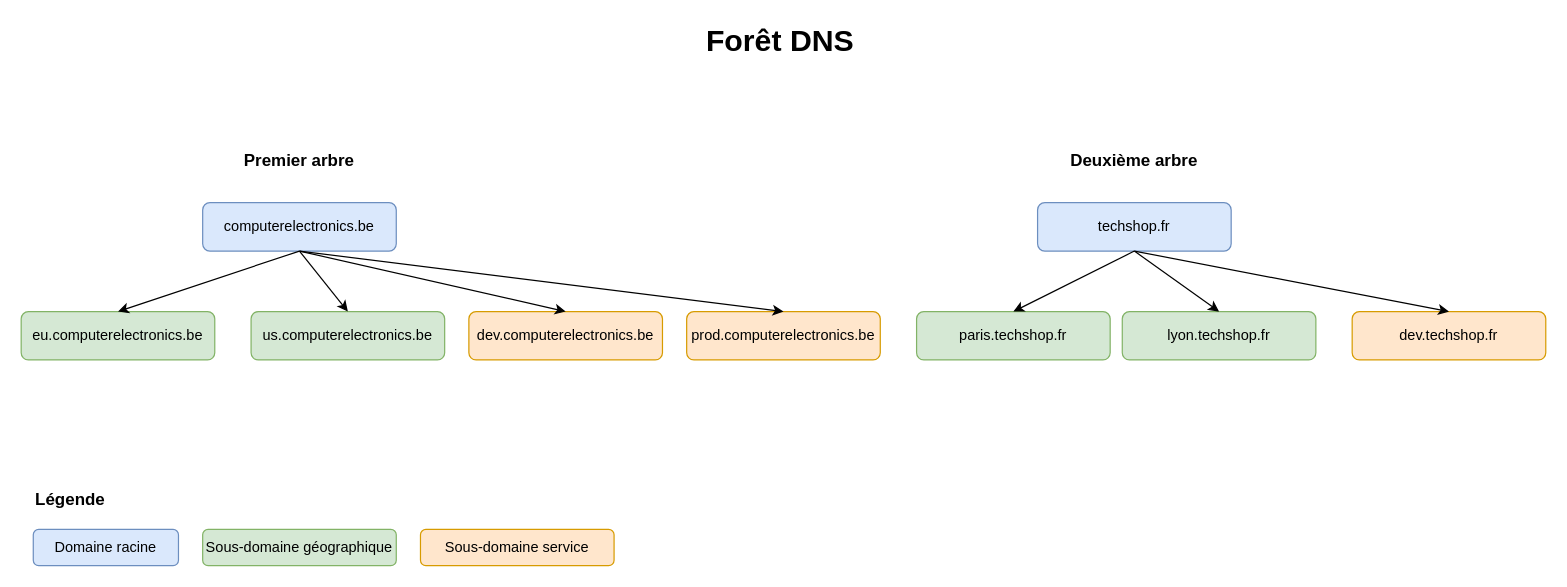
choquitofrito/ActiveDirectory keeps this draw.io diagram as diagrams/forest_structure.drawio. Above is the earlier version. Source tidied: cells renumbered, new cells numbered last; positions are measured from the earlier drawing's top-left corner, leaving out a move shared by most shapes. Both pictures are drawn from the tidied source at 121%, with x=0, y=0 at pixel (21, 21).
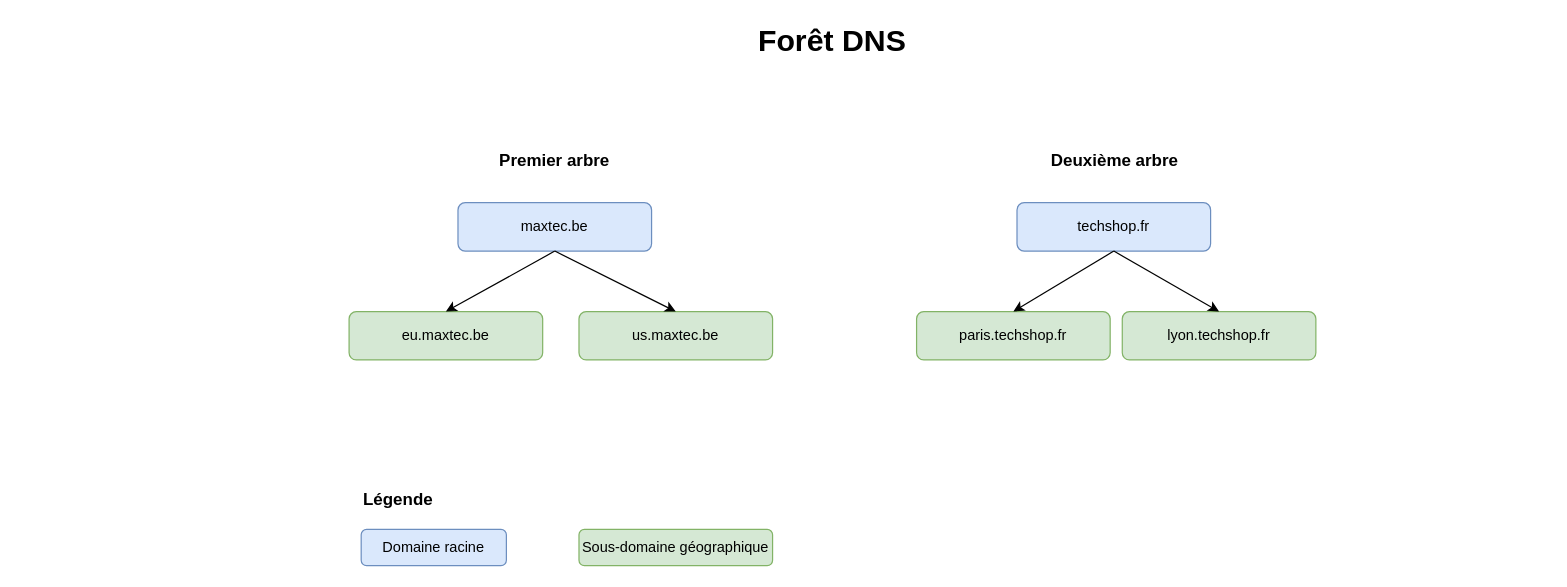
After the change.

The edit, as a diff of the source:
```diff
@@
     <mxCell id="2" value="Premier arbre" style="text;html=1;strokeColor=none;fillColor=none;align=center;verticalAlign=middle;whiteSpace=wrap;rounded=0;fontSize=14;fontStyle=1;" parent="1" vertex="1">
-      <mxGeometry x="170" y="100" width="120" height="30" as="geometry" />
+      <mxGeometry x="381" y="100" width="120" height="30" as="geometry" />
     </mxCell>
-    <mxCell id="3" value="computerelectronics.be" style="rounded=1;whiteSpace=wrap;html=1;fontSize=12;fillColor=#dae8fc;strokeColor=#6c8ebf;" parent="1" vertex="1">
-      <mxGeometry x="150" y="150" width="160" height="40" as="geometry" />
+    <mxCell id="3" value="maxtec.be" style="rounded=1;whiteSpace=wrap;html=1;fontSize=12;fillColor=#dae8fc;strokeColor=#6c8ebf;" parent="1" vertex="1">
+      <mxGeometry x="361" y="150" width="160" height="40" as="geometry" />
     </mxCell>
-    <mxCell id="4" value="eu.computerelectronics.be" style="rounded=1;whiteSpace=wrap;html=1;fontSize=12;fillColor=#d5e8d4;strokeColor=#82b366;" parent="1" vertex="1">
-      <mxGeometry y="240" width="160" height="40" as="geometry" />
+    <mxCell id="4" value="eu.maxtec.be" style="rounded=1;whiteSpace=wrap;html=1;fontSize=12;fillColor=#d5e8d4;strokeColor=#82b366;" parent="1" vertex="1">
+      <mxGeometry x="271" y="240" width="160" height="40" as="geometry" />
     </mxCell>
-    <mxCell id="5" value="us.computerelectronics.be" style="rounded=1;whiteSpace=wrap;html=1;fontSize=12;fillColor=#d5e8d4;strokeColor=#82b366;" parent="1" vertex="1">
-      <mxGeometry x="190" y="240" width="160" height="40" as="geometry" />
+    <mxCell id="5" value="us.maxtec.be" style="rounded=1;whiteSpace=wrap;html=1;fontSize=12;fillColor=#d5e8d4;strokeColor=#82b366;" parent="1" vertex="1">
+      <mxGeometry x="461" y="240" width="160" height="40" as="geometry" />
     </mxCell>
-    <mxCell id="6" value="dev.computerelectronics.be" style="rounded=1;whiteSpace=wrap;html=1;fontSize=12;fillColor=#ffe6cc;strokeColor=#d79b00;" parent="1" vertex="1">
-      <mxGeometry x="370" y="240" width="160" height="40" as="geometry" />
-    </mxCell>
-    <mxCell id="7" value="prod.computerelectronics.be" style="rounded=1;whiteSpace=wrap;html=1;fontSize=12;fillColor=#ffe6cc;strokeColor=#d79b00;" parent="1" vertex="1">
-      <mxGeometry x="550" y="240" width="160" height="40" as="geometry" />
-    </mxCell>
@@
-    <mxCell id="10" style="endArrow=classic;html=1;exitX=0.5;exitY=1;exitDx=0;exitDy=0;entryX=0.5;entryY=0;entryDx=0;entryDy=0;" parent="1" edge="1" source="3" target="6">
-      <mxGeometry relative="1" as="geometry" />
-    </mxCell>
-    <mxCell id="11" style="endArrow=classic;html=1;exitX=0.5;exitY=1;exitDx=0;exitDy=0;entryX=0.5;entryY=0;entryDx=0;entryDy=0;" parent="1" edge="1" source="3" target="7">
-      <mxGeometry relative="1" as="geometry" />
-    </mxCell>
     <mxCell id="12" value="Deuxième arbre" style="text;html=1;strokeColor=none;fillColor=none;align=center;verticalAlign=middle;whiteSpace=wrap;rounded=0;fontSize=14;fontStyle=1;" parent="1" vertex="1">
-      <mxGeometry x="860" y="100" width="120" height="30" as="geometry" />
+      <mxGeometry x="844" y="100" width="120" height="30" as="geometry" />
     </mxCell>
     <mxCell id="13" value="techshop.fr" style="rounded=1;whiteSpace=wrap;html=1;fontSize=12;fillColor=#dae8fc;strokeColor=#6c8ebf;" parent="1" vertex="1">
-      <mxGeometry x="840" y="150" width="160" height="40" as="geometry" />
+      <mxGeometry x="823" y="150" width="160" height="40" as="geometry" />
     </mxCell>
@@
-    <mxCell id="16" value="dev.techshop.fr" style="rounded=1;whiteSpace=wrap;html=1;fontSize=12;fillColor=#ffe6cc;strokeColor=#d79b00;" parent="1" vertex="1">
-      <mxGeometry x="1100" y="240" width="160" height="40" as="geometry" />
-    </mxCell>
@@
-    <mxCell id="19" style="endArrow=classic;html=1;exitX=0.5;exitY=1;exitDx=0;exitDy=0;entryX=0.5;entryY=0;entryDx=0;entryDy=0;" parent="1" edge="1" source="13" target="16">
-      <mxGeometry relative="1" as="geometry" />
-    </mxCell>
     <mxCell id="20" value="Légende" style="text;html=1;strokeColor=none;fillColor=none;align=left;verticalAlign=middle;whiteSpace=wrap;rounded=0;fontSize=14;fontStyle=1;" parent="1" vertex="1">
-      <mxGeometry x="10" y="380" width="120" height="30" as="geometry" />
+      <mxGeometry x="281" y="380" width="120" height="30" as="geometry" />
     </mxCell>
     <mxCell id="21" value="Domaine racine" style="rounded=1;whiteSpace=wrap;html=1;fontSize=12;fillColor=#dae8fc;strokeColor=#6c8ebf;align=center;" parent="1" vertex="1">
-      <mxGeometry x="10" y="420" width="120" height="30" as="geometry" />
+      <mxGeometry x="281" y="420" width="120" height="30" as="geometry" />
     </mxCell>
     <mxCell id="22" value="Sous-domaine géographique" style="rounded=1;whiteSpace=wrap;html=1;fontSize=12;fillColor=#d5e8d4;strokeColor=#82b366;align=center;" parent="1" vertex="1">
-      <mxGeometry x="150" y="420" width="160" height="30" as="geometry" />
+      <mxGeometry x="461" y="420" width="160" height="30" as="geometry" />
     </mxCell>
-    <mxCell id="23" value="Sous-domaine service" style="rounded=1;whiteSpace=wrap;html=1;fontSize=12;fillColor=#ffe6cc;strokeColor=#d79b00;align=center;" parent="1" vertex="1">
-      <mxGeometry x="330" y="420" width="160" height="30" as="geometry" />
-    </mxCell>
     <mxCell id="24" value="Forêt DNS" style="text;html=1;strokeColor=none;fillColor=none;align=center;verticalAlign=middle;whiteSpace=wrap;rounded=0;fontSize=25;fontStyle=1;" parent="1" vertex="1">
-      <mxGeometry x="550" width="155" height="30" as="geometry" />
+      <mxGeometry x="593" width="155" height="30" as="geometry" />
     </mxCell>
```
